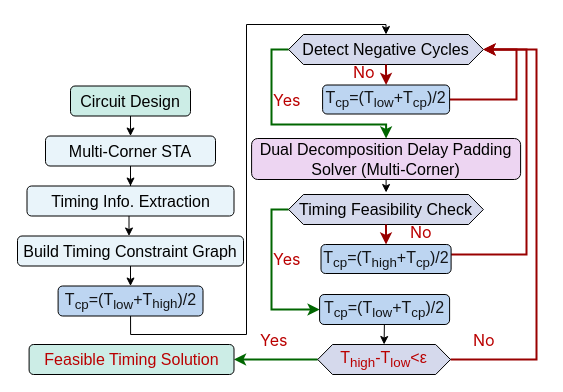
The draw.io diagram framework.drawio in kxzhu0505/Delay-Padding-For-Multi-corner, before the edit. Source tidied: cells renumbered, new cells numbered last; positions are measured from the earlier drawing's top-left corner, leaving out a move shared by most shapes. Both pictures are drawn from the tidied source at 100%, with x=0, y=0 at pixel (17, 24).
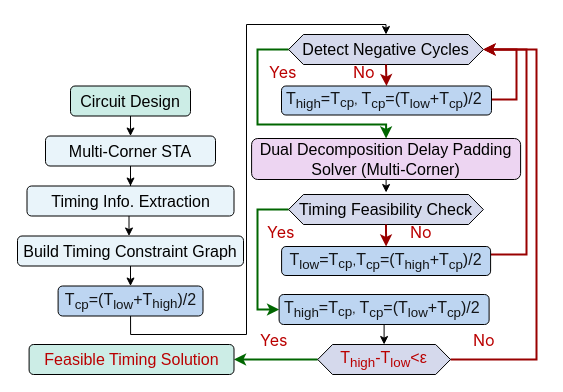
Above is the later version.

Unchanged cells that the change refers to:
```xml
<mxCell id="5" value="&lt;span style=&quot;font-size: 16px;&quot;&gt;Detect Negative Cycles&lt;/span&gt;" style="shape=hexagon;perimeter=hexagonPerimeter2;whiteSpace=wrap;html=1;fixedSize=1;size=14.829999999999927;fillColor=light-dark(#d5d9ec, #392f3f);strokeColor=#000000;" parent="1" vertex="1">
  <mxGeometry x="271.1" y="10" width="194.8" height="30" as="geometry" />
</mxCell>
<mxCell id="14" value="&lt;font style=&quot;font-size: 16px;&quot;&gt;Dual Decomposition Delay Padding Solver (Multi-Corner)&lt;/font&gt;" style="rounded=1;whiteSpace=wrap;html=1;fillColor=#EDD5F2;strokeColor=light-dark(#000000, #d7817e);" parent="1" vertex="1">
  <mxGeometry x="234.1" y="114" width="269" height="41" as="geometry" />
</mxCell>
<mxCell id="30" value="&lt;font style=&quot;font-size: 16px;&quot;&gt;Timing Feasibility&amp;nbsp;&lt;/font&gt;&lt;span style=&quot;font-size: 16px; background-color: transparent; color: light-dark(rgb(0, 0, 0), rgb(255, 255, 255));&quot;&gt;Check&lt;/span&gt;" style="shape=hexagon;perimeter=hexagonPerimeter2;whiteSpace=wrap;html=1;fixedSize=1;size=14.829999999999927;fillColor=light-dark(#d5d9ec, #392f3f);strokeColor=#000000;" parent="1" vertex="1">
  <mxGeometry x="271.1" y="170" width="194.8" height="30" as="geometry" />
</mxCell>
```

What changed in the source:
```diff
@@
     <mxCell id="4" style="edgeStyle=orthogonalEdgeStyle;rounded=0;jettySize=auto;html=1;entryX=0.5;entryY=0;entryDx=0;entryDy=0;strokeWidth=2;strokeColor=#006600;" parent="1" edge="1" source="5" target="14">
       <mxGeometry relative="1" as="geometry">
         <Array as="points">
-          <mxPoint x="254" y="25" />
-          <mxPoint x="254" y="100" />
+          <mxPoint x="240" y="25" />
+          <mxPoint x="240" y="100" />
           <mxPoint x="369" y="100" />
         </Array>
       </mxGeometry>
     </mxCell>
@@
-    <mxCell id="17" value="&lt;span style=&quot;color: rgba(0, 0, 0, 0.9); font-size: 16px; text-align: left;&quot;&gt;&lt;span style=&quot;color: rgba(0, 0, 0, 0.9);&quot;&gt;T&lt;/span&gt;&lt;sub style=&quot;color: rgba(0, 0, 0, 0.9);&quot;&gt;cp&lt;/sub&gt;=(T&lt;sub&gt;low&lt;/sub&gt;+&lt;/span&gt;&lt;span style=&quot;color: rgba(0, 0, 0, 0.9); font-size: 16px; text-align: left;&quot;&gt;&lt;span style=&quot;color: rgba(0, 0, 0, 0.9);&quot;&gt;T&lt;/span&gt;&lt;sub style=&quot;color: rgba(0, 0, 0, 0.9);&quot;&gt;cp&lt;/sub&gt;)/2&lt;/span&gt;" style="rounded=1;whiteSpace=wrap;html=1;fillColor=light-dark(#bdd5f1, #1f2f1e);strokeColor=#000000;" parent="1" vertex="1">
-      <mxGeometry x="302.1" y="270" width="130" height="30" as="geometry" />
+    <mxCell id="17" value="&lt;span style=&quot;color: rgba(0, 0, 0, 0.9); text-align: left; font-size: 16px;&quot;&gt;T&lt;sub&gt;high&lt;/sub&gt;=&lt;/span&gt;&lt;span style=&quot;color: rgba(0, 0, 0, 0.9); text-align: left;&quot;&gt;&lt;span style=&quot;font-size: 16px; color: rgba(0, 0, 0, 0.9);&quot;&gt;T&lt;/span&gt;&lt;sub style=&quot;color: rgba(0, 0, 0, 0.9);&quot;&gt;&lt;font style=&quot;font-size: 13.333px;&quot;&gt;cp&lt;/font&gt;&lt;/sub&gt;&lt;span style=&quot;font-size: 13.3333px;&quot;&gt;,&amp;nbsp;&lt;/span&gt;&lt;/span&gt;&lt;font face=&quot;Helvetica&quot;&gt;&lt;span style=&quot;color: rgba(0, 0, 0, 0.9); font-size: 16px; text-align: left;&quot;&gt;&lt;span style=&quot;color: rgba(0, 0, 0, 0.9);&quot;&gt;T&lt;/span&gt;&lt;sub style=&quot;color: rgba(0, 0, 0, 0.9);&quot;&gt;cp&lt;/sub&gt;=(T&lt;sub&gt;low&lt;/sub&gt;+&lt;/span&gt;&lt;span style=&quot;color: rgba(0, 0, 0, 0.9); text-align: left; font-size: 16px;&quot;&gt;&lt;span style=&quot;color: rgba(0, 0, 0, 0.9);&quot;&gt;T&lt;/span&gt;&lt;sub style=&quot;color: rgba(0, 0, 0, 0.9);&quot;&gt;cp&lt;/sub&gt;)/2&amp;nbsp;&lt;/span&gt;&lt;/font&gt;" style="rounded=1;whiteSpace=wrap;html=1;fillColor=light-dark(#bdd5f1, #1f2f1e);strokeColor=#000000;" parent="1" vertex="1">
+      <mxGeometry x="261.6" y="270" width="210" height="30" as="geometry" />
     </mxCell>
@@
     <mxCell id="23" value="&lt;font face=&quot;PingFang SC, -apple-system, system-ui, Segoe UI, Roboto, Ubuntu, Helvetica Neue, Helvetica, Arial, Hiragino Sans GB, Microsoft YaHei UI, Microsoft YaHei, Source Han Sans CN, sans-serif&quot; color=&quot;rgba(0, 0, 0, 0.9)&quot;&gt;&lt;span style=&quot;font-size: 16px; background-color: rgb(255, 255, 255);&quot;&gt;Yes&lt;/span&gt;&lt;/font&gt;" style="text;whiteSpace=wrap;html=1;" parent="1" vertex="1">
-      <mxGeometry x="254" y="219" width="30" height="30" as="geometry" />
+      <mxGeometry x="248.3" y="192" width="30" height="30" as="geometry" />
     </mxCell>
@@
     <mxCell id="25" value="&lt;font face=&quot;PingFang SC, -apple-system, system-ui, Segoe UI, Roboto, Ubuntu, Helvetica Neue, Helvetica, Arial, Hiragino Sans GB, Microsoft YaHei UI, Microsoft YaHei, Source Han Sans CN, sans-serif&quot; color=&quot;rgba(0, 0, 0, 0.9)&quot;&gt;&lt;span style=&quot;font-size: 16px; background-color: rgb(255, 255, 255);&quot;&gt;Yes&lt;/span&gt;&lt;/font&gt;" style="text;whiteSpace=wrap;html=1;" parent="1" vertex="1">
-      <mxGeometry x="254" y="59.5" width="28.3" height="30" as="geometry" />
+      <mxGeometry x="250" y="31.5" width="28.3" height="30" as="geometry" />
     </mxCell>
@@
-    <mxCell id="28" value="&lt;span&gt;&lt;font face=&quot;Helvetica&quot;&gt;&lt;span style=&quot;color: rgba(0, 0, 0, 0.9); font-size: 16px; text-align: left;&quot;&gt;&lt;span style=&quot;color: rgba(0, 0, 0, 0.9);&quot;&gt;T&lt;/span&gt;&lt;sub style=&quot;color: rgba(0, 0, 0, 0.9);&quot;&gt;cp&lt;/sub&gt;=(T&lt;sub style=&quot;&quot;&gt;low&lt;/sub&gt;+&lt;/span&gt;&lt;span style=&quot;color: rgba(0, 0, 0, 0.9); font-size: 16px; text-align: left;&quot;&gt;&lt;span style=&quot;color: rgba(0, 0, 0, 0.9);&quot;&gt;T&lt;/span&gt;&lt;sub style=&quot;color: rgba(0, 0, 0, 0.9);&quot;&gt;cp&lt;/sub&gt;)/2&lt;/span&gt;&lt;/font&gt;&lt;/span&gt;" style="rounded=1;whiteSpace=wrap;html=1;fillColor=light-dark(#bdd5f1, #1f2f1e);strokeColor=#000000;" parent="1" vertex="1">
-      <mxGeometry x="305.1" y="60.5" width="127" height="29" as="geometry" />
+    <mxCell id="28" value="&lt;span style=&quot;color: rgba(0, 0, 0, 0.9); text-align: left; font-size: 16px;&quot;&gt;T&lt;sub&gt;high&lt;/sub&gt;=&lt;/span&gt;&lt;span style=&quot;color: rgba(0, 0, 0, 0.9); text-align: left;&quot;&gt;&lt;span style=&quot;font-size: 16px; color: rgba(0, 0, 0, 0.9);&quot;&gt;T&lt;/span&gt;&lt;sub style=&quot;color: rgba(0, 0, 0, 0.9);&quot;&gt;&lt;font style=&quot;font-size: 13.333px;&quot;&gt;cp&lt;/font&gt;&lt;/sub&gt;&lt;span style=&quot;font-size: 13.3333px;&quot;&gt;,&amp;nbsp;&lt;/span&gt;&lt;/span&gt;&lt;font face=&quot;Helvetica&quot;&gt;&lt;span style=&quot;color: rgba(0, 0, 0, 0.9); font-size: 16px; text-align: left;&quot;&gt;&lt;span style=&quot;color: rgba(0, 0, 0, 0.9);&quot;&gt;T&lt;/span&gt;&lt;sub style=&quot;color: rgba(0, 0, 0, 0.9);&quot;&gt;cp&lt;/sub&gt;=(T&lt;sub style=&quot;&quot;&gt;low&lt;/sub&gt;+&lt;/span&gt;&lt;span style=&quot;color: rgba(0, 0, 0, 0.9); text-align: left; font-size: 16px;&quot;&gt;&lt;span style=&quot;color: rgba(0, 0, 0, 0.9);&quot;&gt;T&lt;/span&gt;&lt;sub style=&quot;color: rgba(0, 0, 0, 0.9);&quot;&gt;cp&lt;/sub&gt;)/2&amp;nbsp;&lt;/span&gt;&lt;/font&gt;" style="rounded=1;whiteSpace=wrap;html=1;fillColor=light-dark(#bdd5f1, #1f2f1e);strokeColor=#000000;" parent="1" vertex="1">
+      <mxGeometry x="264" y="61.5" width="210" height="29" as="geometry" />
     </mxCell>
     <mxCell id="29" style="edgeStyle=orthogonalEdgeStyle;rounded=0;jettySize=auto;html=1;entryX=0;entryY=0.5;entryDx=0;entryDy=0;exitX=0;exitY=0.5;exitDx=0;exitDy=0;strokeWidth=2;strokeColor=#006600;" parent="1" edge="1" source="30" target="17">
       <mxGeometry relative="1" as="geometry">
         <Array as="points">
-          <mxPoint x="254" y="185" />
-          <mxPoint x="254" y="285" />
+          <mxPoint x="240" y="185" />
+          <mxPoint x="240" y="285" />
         </Array>
       </mxGeometry>
     </mxCell>
@@
-    <mxCell id="34" value="&lt;span style=&quot;color: rgba(0, 0, 0, 0.9); font-size: 16px; text-align: left;&quot;&gt;&lt;span style=&quot;color: rgba(0, 0, 0, 0.9);&quot;&gt;T&lt;/span&gt;&lt;sub style=&quot;color: rgba(0, 0, 0, 0.9);&quot;&gt;cp&lt;/sub&gt;=(&lt;span style=&quot;color: rgba(0, 0, 0, 0.9);&quot;&gt;T&lt;/span&gt;&lt;sub style=&quot;color: rgba(0, 0, 0, 0.9);&quot;&gt;high&lt;/sub&gt;+&lt;/span&gt;&lt;span style=&quot;color: rgba(0, 0, 0, 0.9); font-size: 16px; text-align: left;&quot;&gt;&lt;span style=&quot;color: rgba(0, 0, 0, 0.9);&quot;&gt;T&lt;/span&gt;&lt;sub style=&quot;color: rgba(0, 0, 0, 0.9);&quot;&gt;cp&lt;/sub&gt;)/2&lt;/span&gt;" style="rounded=1;whiteSpace=wrap;html=1;fillColor=light-dark(#bdd5f1, #1f2f1e);strokeColor=#000000;" parent="1" vertex="1">
-      <mxGeometry x="303.5" y="220" width="130.1" height="29" as="geometry" />
+    <mxCell id="34" value="&lt;span style=&quot;color: rgba(0, 0, 0, 0.9); font-size: 16px; text-align: left;&quot;&gt;&lt;span style=&quot;color: rgba(0, 0, 0, 0.9);&quot;&gt;&lt;span style=&quot;color: rgba(0, 0, 0, 0.9);&quot;&gt;T&lt;sub&gt;low&lt;/sub&gt;=&lt;/span&gt;&lt;span style=&quot;font-size: 12px; color: rgba(0, 0, 0, 0.9);&quot;&gt;&lt;span style=&quot;font-size: 16px; color: rgba(0, 0, 0, 0.9);&quot;&gt;T&lt;/span&gt;&lt;sub style=&quot;color: rgba(0, 0, 0, 0.9);&quot;&gt;&lt;font style=&quot;font-size: 13.333px;&quot;&gt;cp&lt;/font&gt;&lt;/sub&gt;&lt;span style=&quot;font-size: 13.3333px;&quot;&gt;,&lt;/span&gt;&lt;/span&gt;T&lt;/span&gt;&lt;sub style=&quot;color: rgba(0, 0, 0, 0.9);&quot;&gt;cp&lt;/sub&gt;=(&lt;span style=&quot;color: rgba(0, 0, 0, 0.9);&quot;&gt;T&lt;/span&gt;&lt;sub style=&quot;color: rgba(0, 0, 0, 0.9);&quot;&gt;high&lt;/sub&gt;+&lt;/span&gt;&lt;span style=&quot;color: rgba(0, 0, 0, 0.9); font-size: 16px; text-align: left;&quot;&gt;&lt;span style=&quot;color: rgba(0, 0, 0, 0.9);&quot;&gt;T&lt;/span&gt;&lt;sub style=&quot;color: rgba(0, 0, 0, 0.9);&quot;&gt;cp&lt;/sub&gt;)/2&lt;/span&gt;" style="rounded=1;whiteSpace=wrap;html=1;fillColor=light-dark(#bdd5f1, #1f2f1e);strokeColor=#000000;" parent="1" vertex="1">
+      <mxGeometry x="264.1" y="222" width="209" height="29" as="geometry" />
     </mxCell>
```
